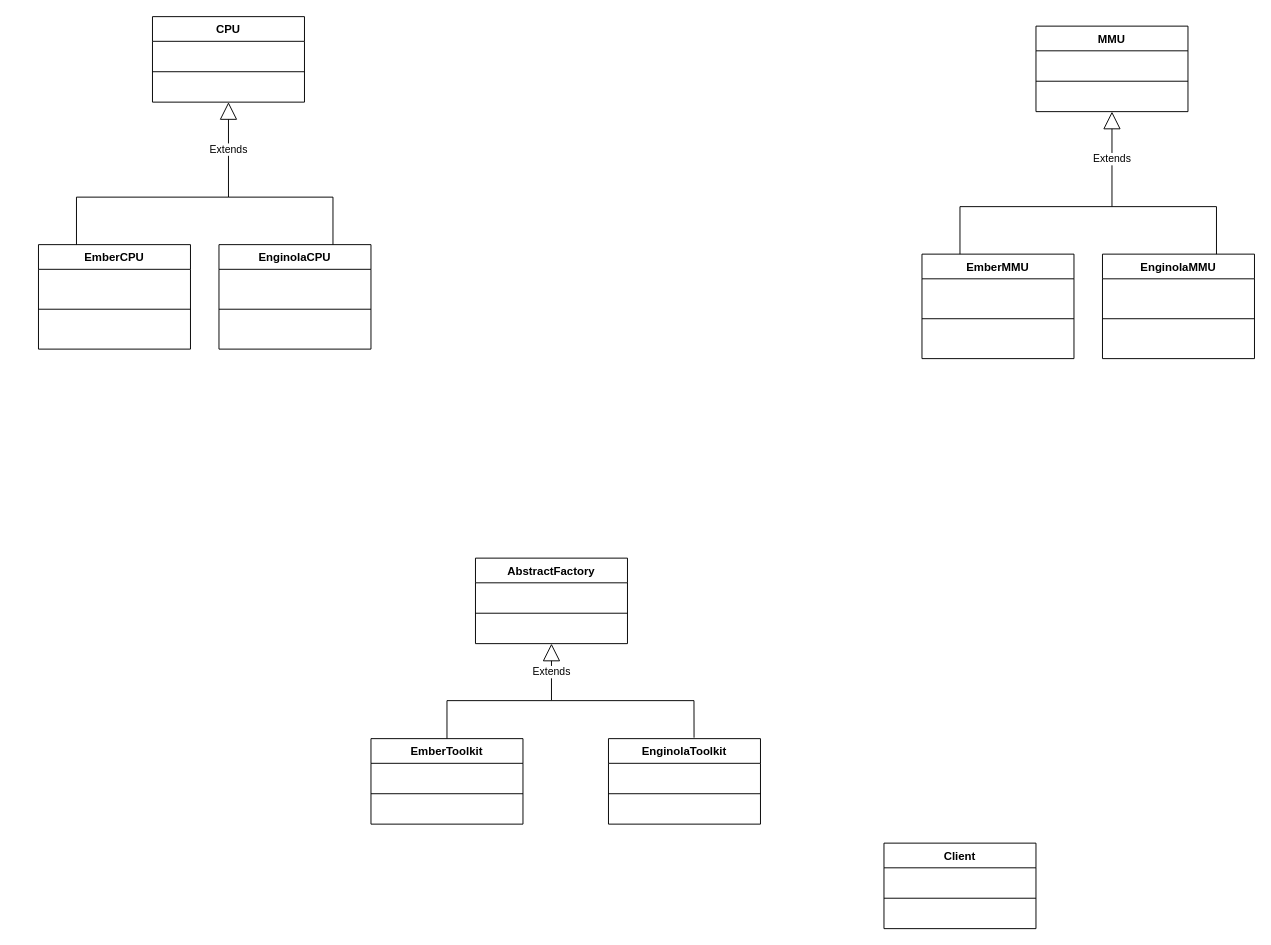
The draw.io diagram AbstractFactory.drawio in BelaIsBelaG/PATRON-ABSTRACT-FACTORY, before the edit. Source tidied: cells renumbered, new cells numbered last; positions are measured from the earlier drawing's top-left corner, leaving out a move shared by most shapes. Both pictures are drawn from the tidied source at 95%, with x=0, y=0 at pixel (38, 16).
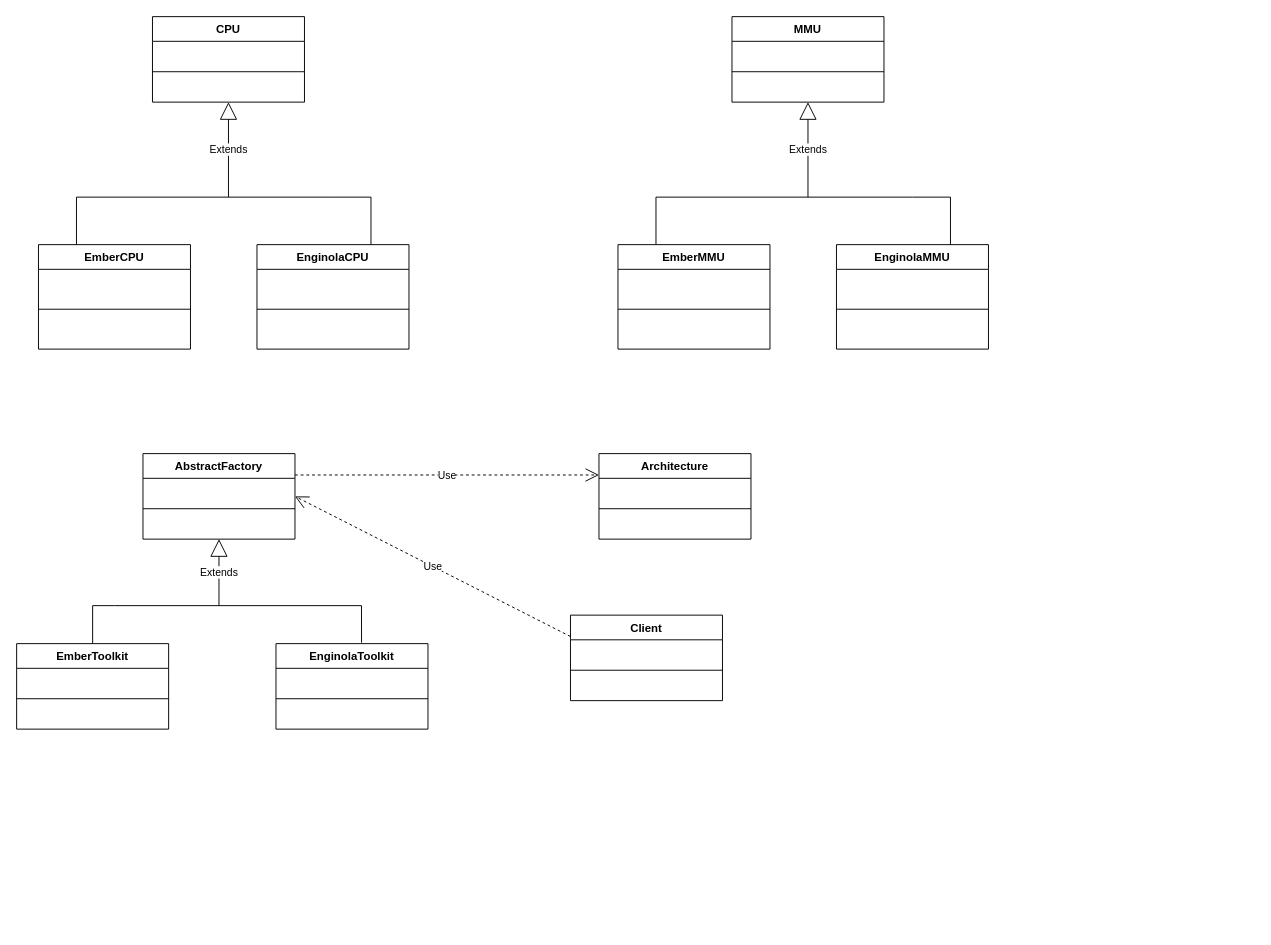
The same diagram, later.

The edit, as a diff of the source:
```diff
@@
     <mxCell id="7" value="EnginolaCPU" style="swimlane;fontStyle=1;align=center;verticalAlign=top;horizontal=1;startSize=26;whiteSpace=wrap;html=1;" parent="1" vertex="1">
-      <mxGeometry x="190" y="240" width="160" height="110" as="geometry" />
+      <mxGeometry x="230" y="240" width="160" height="110" as="geometry" />
     </mxCell>
@@
     <mxCell id="9" style="endArrow=none;html=1;rounded=0;exitX=0.75;exitY=0;exitDx=0;exitDy=0;" parent="1" edge="1" source="7">
       <mxGeometry relative="1" as="geometry">
         <mxPoint x="200" y="190" as="targetPoint" />
         <Array as="points">
+          <mxPoint x="350" y="190" />
           <mxPoint x="310" y="190" />
         </Array>
       </mxGeometry>
     </mxCell>
@@
     <mxCell id="11" value="MMU" style="swimlane;fontStyle=1;align=center;verticalAlign=top;horizontal=1;startSize=26;whiteSpace=wrap;html=1;" parent="1" vertex="1">
-      <mxGeometry x="1050" y="10" width="160" height="90" as="geometry" />
+      <mxGeometry x="730" width="160" height="90" as="geometry" />
     </mxCell>
@@
     <mxCell id="13" value="Extends" style="endArrow=block;endSize=16;endFill=0;html=1;rounded=0;entryX=0.5;entryY=1;entryDx=0;entryDy=0;" parent="1" edge="1" target="11">
       <mxGeometry relative="1" as="geometry">
-        <mxPoint x="1130" y="200" as="sourcePoint" />
+        <mxPoint x="810" y="190" as="sourcePoint" />
       </mxGeometry>
     </mxCell>
     <mxCell id="14" value="EmberMMU" style="swimlane;fontStyle=1;align=center;verticalAlign=top;horizontal=1;startSize=26;whiteSpace=wrap;html=1;" parent="1" vertex="1">
-      <mxGeometry x="930" y="250" width="160" height="110" as="geometry" />
+      <mxGeometry x="610" y="240" width="160" height="110" as="geometry" />
     </mxCell>
@@
     <mxCell id="16" value="EnginolaMMU" style="swimlane;fontStyle=1;align=center;verticalAlign=top;horizontal=1;startSize=26;whiteSpace=wrap;html=1;" parent="1" vertex="1">
-      <mxGeometry x="1120" y="250" width="160" height="110" as="geometry" />
+      <mxGeometry x="840" y="240" width="160" height="110" as="geometry" />
     </mxCell>
@@
     <mxCell id="18" style="endArrow=none;html=1;rounded=0;exitX=0.75;exitY=0;exitDx=0;exitDy=0;" parent="1" edge="1" source="16">
       <mxGeometry relative="1" as="geometry">
-        <mxPoint x="1130" y="200" as="targetPoint" />
+        <mxPoint x="810" y="190" as="targetPoint" />
         <Array as="points">
-          <mxPoint x="1240" y="200" />
+          <mxPoint x="960" y="190" />
+          <mxPoint x="920" y="190" />
         </Array>
       </mxGeometry>
     </mxCell>
     <mxCell id="19" style="endArrow=none;html=1;rounded=0;exitX=0.25;exitY=0;exitDx=0;exitDy=0;" parent="1" edge="1" source="14">
       <mxGeometry relative="1" as="geometry">
-        <mxPoint x="1130" y="200" as="targetPoint" />
+        <mxPoint x="810" y="190" as="targetPoint" />
         <Array as="points">
-          <mxPoint x="970" y="200" />
+          <mxPoint x="650" y="190" />
         </Array>
       </mxGeometry>
     </mxCell>
     <mxCell id="20" value="AbstractFactory" style="swimlane;fontStyle=1;align=center;verticalAlign=top;horizontal=1;startSize=26;whiteSpace=wrap;html=1;" parent="1" vertex="1">
-      <mxGeometry x="460" y="570" width="160" height="90" as="geometry" />
+      <mxGeometry x="110" y="460" width="160" height="90" as="geometry" />
     </mxCell>
@@
     <mxCell id="22" value="EnginolaToolkit" style="swimlane;fontStyle=1;align=center;verticalAlign=top;horizontal=1;startSize=26;whiteSpace=wrap;html=1;" parent="1" vertex="1">
-      <mxGeometry x="600" y="760" width="160" height="90" as="geometry" />
+      <mxGeometry x="250" y="660" width="160" height="90" as="geometry" />
     </mxCell>
@@
     <mxCell id="24" value="EmberToolkit" style="swimlane;fontStyle=1;align=center;verticalAlign=top;horizontal=1;startSize=26;whiteSpace=wrap;html=1;" parent="1" vertex="1">
-      <mxGeometry x="350" y="760" width="160" height="90" as="geometry" />
+      <mxGeometry x="-23" y="660" width="160" height="90" as="geometry" />
     </mxCell>
@@
     <mxCell id="26" value="Extends" style="endArrow=block;endSize=16;endFill=0;html=1;rounded=0;entryX=0.5;entryY=1;entryDx=0;entryDy=0;" parent="1" edge="1" target="20">
       <mxGeometry relative="1" as="geometry">
-        <mxPoint x="540" y="720" as="sourcePoint" />
+        <mxPoint x="190" y="620" as="sourcePoint" />
       </mxGeometry>
     </mxCell>
     <mxCell id="27" style="endArrow=none;html=1;rounded=0;exitX=0.5;exitY=0;exitDx=0;exitDy=0;" parent="1" edge="1" source="24">
       <mxGeometry relative="1" as="geometry">
-        <mxPoint x="540" y="720" as="targetPoint" />
+        <mxPoint x="190" y="620" as="targetPoint" />
         <Array as="points">
-          <mxPoint x="430" y="720" />
+          <mxPoint x="57" y="620" />
+          <mxPoint x="80" y="620" />
         </Array>
       </mxGeometry>
     </mxCell>
     <mxCell id="28" style="endArrow=none;html=1;rounded=0;entryX=0.563;entryY=-0.011;entryDx=0;entryDy=0;entryPerimeter=0;" parent="1" edge="1" target="22">
       <mxGeometry relative="1" as="geometry">
-        <mxPoint x="540" y="720" as="sourcePoint" />
+        <mxPoint x="190" y="620" as="sourcePoint" />
         <Array as="points">
-          <mxPoint x="690" y="720" />
+          <mxPoint x="340" y="620" />
         </Array>
       </mxGeometry>
     </mxCell>
     <mxCell id="29" value="Client" style="swimlane;fontStyle=1;align=center;verticalAlign=top;horizontal=1;startSize=26;whiteSpace=wrap;html=1;" parent="1" vertex="1">
-      <mxGeometry x="890" y="870" width="160" height="90" as="geometry" />
+      <mxGeometry x="560" y="630" width="160" height="90" as="geometry" />
     </mxCell>
@@
+    <mxCell id="31" value="Architecture" style="swimlane;fontStyle=1;align=center;verticalAlign=top;horizontal=1;startSize=26;whiteSpace=wrap;html=1;" parent="1" vertex="1">
+      <mxGeometry x="590" y="460" width="160" height="90" as="geometry" />
+    </mxCell>
+    <mxCell id="32" style="line;strokeWidth=1;fillColor=none;align=left;verticalAlign=middle;spacingTop=-1;spacingLeft=3;spacingRight=3;labelPosition=right;strokeColor=inherit;" parent="31" vertex="1">
+      <mxGeometry y="26" width="160" height="64" as="geometry" />
+    </mxCell>
+    <mxCell id="33" value="Use" style="endArrow=open;endSize=12;dashed=1;html=1;rounded=0;exitX=1;exitY=0.25;exitDx=0;exitDy=0;entryX=0;entryY=0.25;entryDx=0;entryDy=0;" parent="1" edge="1" source="20" target="31">
+      <mxGeometry relative="1" as="geometry" />
+    </mxCell>
+    <mxCell id="34" value="Use" style="endArrow=open;endSize=12;dashed=1;html=1;rounded=0;exitX=0;exitY=0.25;exitDx=0;exitDy=0;entryX=1;entryY=0.5;entryDx=0;entryDy=0;" parent="1" edge="1" source="29" target="20">
+      <mxGeometry relative="1" as="geometry" />
+    </mxCell>
```
